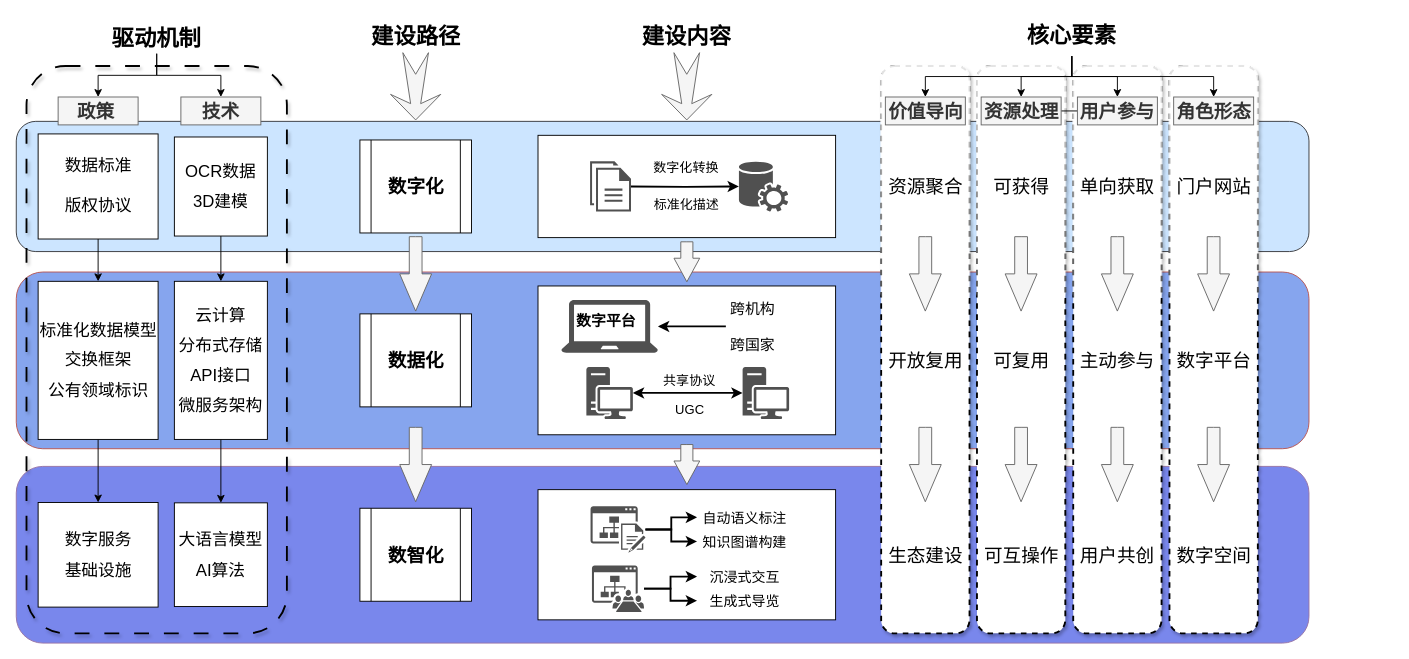
Above: 小宝架构1.drawio in Utah-wu/draw.io (draw.io), before the change. Source tidied: cells renumbered, new cells numbered last; positions are measured from the earlier drawing's top-left corner, leaving out a move shared by most shapes. Both pictures are drawn from the tidied source at 93%, with x=0, y=0 at pixel (16, 16).
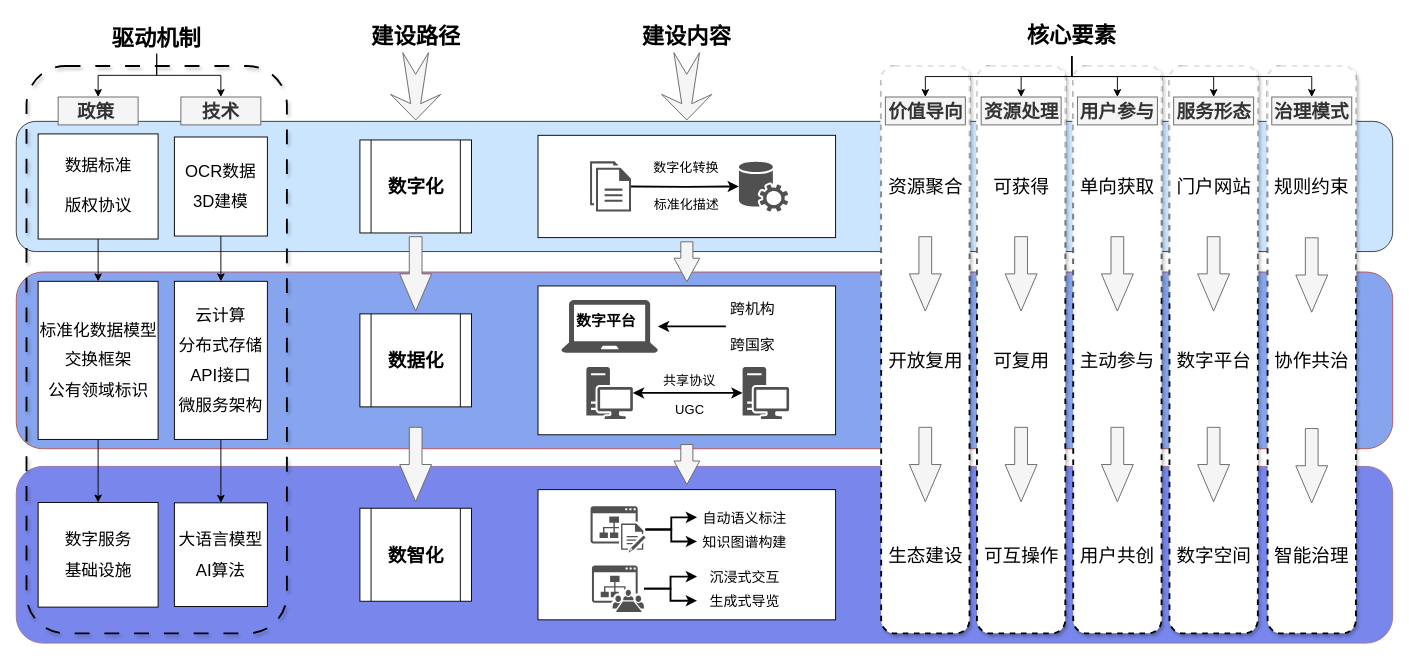
Above is the later version.

Commit message (it also covers changes not shown here):
更新小宝架构1.drawio

Unchanged cells that the change refers to:
```xml
<mxCell id="14" value="&lt;h1 style=&quot;margin-top: 0px;&quot;&gt;核心要素&lt;/h1&gt;" style="text;html=1;whiteSpace=wrap;overflow=hidden;rounded=0;align=center;" parent="1" vertex="1">
  <mxGeometry x="1056" y="-0.2" width="158" height="43" as="geometry" />
</mxCell>
<mxCell id="43" value="资源处理" style="whiteSpace=wrap;html=1;align=center;verticalAlign=middle;newEdgeStyle={&quot;edgeStyle&quot;:&quot;elbowEdgeStyle&quot;,&quot;startArrow&quot;:&quot;none&quot;,&quot;endArrow&quot;:&quot;none&quot;};fillColor=#f5f5f5;fontColor=#333333;strokeColor=#666666;fontStyle=1;fontSize=20;" parent="1" vertex="1">
  <mxGeometry x="1037.5" y="86.8" width="86" height="30" as="geometry" />
</mxCell>
<mxCell id="45" value="用户参与" style="whiteSpace=wrap;html=1;align=center;verticalAlign=middle;newEdgeStyle={&quot;edgeStyle&quot;:&quot;elbowEdgeStyle&quot;,&quot;startArrow&quot;:&quot;none&quot;,&quot;endArrow&quot;:&quot;none&quot;};fillColor=#f5f5f5;fontColor=#333333;strokeColor=#666666;fontStyle=1;fontSize=20;" parent="1" vertex="1">
  <mxGeometry x="1141" y="86.8" width="86" height="30" as="geometry" />
</mxCell>
```

Change to the diagram source:
```diff
@@
-    <mxCell id="2" style="rounded=1;whiteSpace=wrap;html=1;fillColor=light-dark(#7987ec, #392f3f);strokeColor=#9673a6;" parent="1" vertex="1">
-      <mxGeometry y="484" width="1390" height="190" as="geometry" />
-    </mxCell>
     <mxCell id="3" style="rounded=1;whiteSpace=wrap;html=1;fillColor=light-dark(#86a5ee, #512d2b);strokeColor=#b85450;" parent="1" vertex="1">
-      <mxGeometry y="275" width="1390" height="190" as="geometry" />
+      <mxGeometry y="275" width="1480" height="190" as="geometry" />
     </mxCell>
     <mxCell id="4" style="rounded=1;whiteSpace=wrap;html=1;fillColor=#cce5ff;strokeColor=#36393d;" parent="1" vertex="1">
-      <mxGeometry y="113" width="1390" height="140" as="geometry" />
+      <mxGeometry y="113" width="1480" height="140" as="geometry" />
     </mxCell>
+    <mxCell id="2" style="rounded=1;whiteSpace=wrap;html=1;fillColor=light-dark(#7987ec, #392f3f);strokeColor=#9673a6;" parent="1" vertex="1">
+      <mxGeometry y="484" width="1480" height="190" as="geometry" />
+    </mxCell>
+    <mxCell id="95" style="rounded=1;whiteSpace=wrap;html=1;align=left;dashed=1;fontSize=14;fillColor=default;strokeWidth=2;perimeterSpacing=0;shadow=1;glass=1;" parent="1" vertex="1">
+      <mxGeometry x="1240" y="53.5" width="95" height="610" as="geometry" />
+    </mxCell>
+    <mxCell id="96" style="rounded=1;whiteSpace=wrap;html=1;align=left;dashed=1;fontSize=14;fillColor=default;strokeWidth=2;perimeterSpacing=0;shadow=1;glass=1;" parent="1" vertex="1">
+      <mxGeometry x="1136.5" y="53.5" width="95" height="610" as="geometry" />
+    </mxCell>
+    <mxCell id="97" style="rounded=1;whiteSpace=wrap;html=1;align=left;dashed=1;fontSize=14;fillColor=default;strokeWidth=2;perimeterSpacing=0;shadow=1;glass=1;" parent="1" vertex="1">
+      <mxGeometry x="1345.5" y="53.5" width="95" height="610" as="geometry" />
+    </mxCell>
@@
-    <mxCell id="6" style="rounded=1;whiteSpace=wrap;html=1;align=left;dashed=1;fontSize=14;fillColor=default;strokeWidth=2;perimeterSpacing=0;shadow=1;glass=1;" parent="1" vertex="1">
-      <mxGeometry x="1240" y="53.5" width="95" height="610" as="geometry" />
-    </mxCell>
-    <mxCell id="7" style="rounded=1;whiteSpace=wrap;html=1;align=left;dashed=1;fontSize=14;fillColor=default;strokeWidth=2;perimeterSpacing=0;shadow=1;glass=1;" parent="1" vertex="1">
-      <mxGeometry x="1136.5" y="53.5" width="95" height="610" as="geometry" />
-    </mxCell>
@@
-    <mxCell id="42" style="edgeStyle=elbowEdgeStyle;rounded=0;jettySize=auto;html=1;elbow=horizontal;startArrow=none;endArrow=none;fontSize=20;" parent="1" edge="1" source="43" target="45">
-      <mxGeometry relative="1" as="geometry" />
-    </mxCell>
@@
-    <mxCell id="46" value="角色形态" style="whiteSpace=wrap;html=1;align=center;verticalAlign=middle;newEdgeStyle={&quot;edgeStyle&quot;:&quot;elbowEdgeStyle&quot;,&quot;startArrow&quot;:&quot;none&quot;,&quot;endArrow&quot;:&quot;none&quot;};fillColor=#f5f5f5;fontColor=#333333;strokeColor=#666666;fontStyle=1;fontSize=20;" parent="1" vertex="1">
+    <mxCell id="46" value="服务形态" style="whiteSpace=wrap;html=1;align=center;verticalAlign=middle;newEdgeStyle={&quot;edgeStyle&quot;:&quot;elbowEdgeStyle&quot;,&quot;startArrow&quot;:&quot;none&quot;,&quot;endArrow&quot;:&quot;none&quot;};fillColor=#f5f5f5;fontColor=#333333;strokeColor=#666666;fontStyle=1;fontSize=20;" parent="1" vertex="1">
       <mxGeometry x="1244.5" y="86.8" width="86" height="30" as="geometry" />
     </mxCell>
@@
+    <mxCell id="98" value="治理模式" style="whiteSpace=wrap;html=1;align=center;verticalAlign=middle;newEdgeStyle={&quot;edgeStyle&quot;:&quot;elbowEdgeStyle&quot;,&quot;startArrow&quot;:&quot;none&quot;,&quot;endArrow&quot;:&quot;none&quot;};fillColor=#f5f5f5;fontColor=#333333;strokeColor=#666666;fontStyle=1;fontSize=20;" parent="1" vertex="1">
+      <mxGeometry x="1350" y="86.8" width="86" height="30" as="geometry" />
+    </mxCell>
+    <mxCell id="99" value="协作共治" style="text;html=1;whiteSpace=wrap;strokeColor=none;fillColor=none;align=center;verticalAlign=middle;rounded=0;fontSize=20;" parent="1" vertex="1">
+      <mxGeometry x="1351" y="355" width="84" height="30" as="geometry" />
+    </mxCell>
+    <mxCell id="100" style="edgeStyle=orthogonalEdgeStyle;rounded=0;jettySize=auto;html=1;exitX=0.5;exitY=1;exitDx=0;exitDy=0;entryX=0.5;entryY=0;entryDx=0;entryDy=0;" parent="1" edge="1" source="14" target="98">
+      <mxGeometry relative="1" as="geometry" />
+    </mxCell>
+    <mxCell id="101" value="规则约束" style="text;html=1;whiteSpace=wrap;strokeColor=none;fillColor=none;align=center;verticalAlign=middle;rounded=0;fontSize=20;" parent="1" vertex="1">
+      <mxGeometry x="1351" y="168" width="84" height="30" as="geometry" />
+    </mxCell>
+    <mxCell id="102" value="智能治理" style="text;html=1;whiteSpace=wrap;strokeColor=none;fillColor=none;align=center;verticalAlign=middle;rounded=0;fontSize=20;" parent="1" vertex="1">
+      <mxGeometry x="1351" y="564" width="84" height="30" as="geometry" />
+    </mxCell>
+    <mxCell id="103" style="html=1;shadow=0;dashed=0;align=center;verticalAlign=middle;shape=mxgraph.arrows2.arrow;dy=0.6;dx=40;direction=south;notch=0;fillColor=#f5f5f5;strokeColor=#666666;fontColor=#333333;" parent="1" vertex="1">
+      <mxGeometry x="1375.8" y="238.2" width="34.3" height="80" as="geometry" />
+    </mxCell>
+    <mxCell id="104" style="html=1;shadow=0;dashed=0;align=center;verticalAlign=middle;shape=mxgraph.arrows2.arrow;dy=0.6;dx=40;direction=south;notch=0;fillColor=#f5f5f5;strokeColor=#666666;fontColor=#333333;" parent="1" vertex="1">
+      <mxGeometry x="1375.8" y="443.3" width="34.3" height="80" as="geometry" />
+    </mxCell>
```
